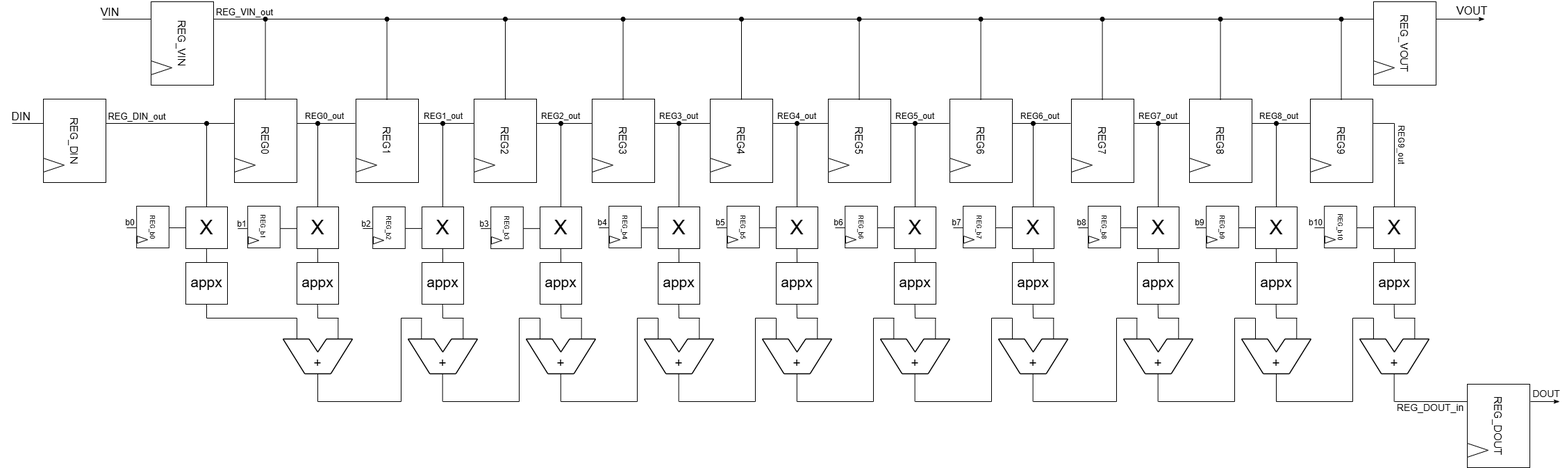
Earlier version of the draw.io export lab1/Immagini/2/FIR.drawio.png (Giangix02/labISA). Source tidied: cells renumbered, new cells last; positions are measured from the earlier drawing's top-left corner, leaving out a move shared by most shapes.
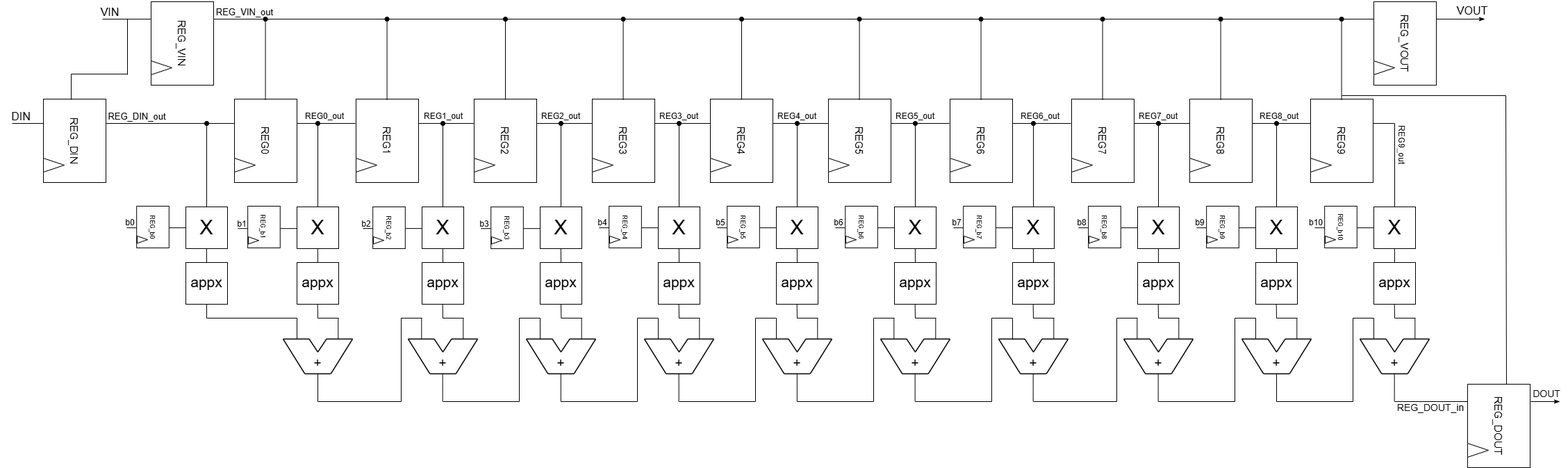
The same file after the commit.

Commit message:
immagini aggiornate

The edit, as a diff of the source:
```diff
@@ -1643,5 +1643,34 @@
     <mxCell id="332" value="REG_DOUT_in" style="text;html=1;whiteSpace=wrap;strokeColor=none;fillColor=none;align=center;verticalAlign=middle;rounded=0;fontSize=14;" parent="1" vertex="1">
       <mxGeometry x="2029" y="571" width="60" height="30" as="geometry" />
     </mxCell>
+    <mxCell id="333" style="endArrow=none;html=1;rounded=0;" parent="1" edge="1">
+      <mxGeometry relative="1" as="geometry">
+        <mxPoint x="183" y="107" as="sourcePoint" />
+        <mxPoint x="183" y="27" as="targetPoint" />
+      </mxGeometry>
+    </mxCell>
+    <mxCell id="334" style="endArrow=none;html=1;rounded=0;" parent="1" edge="1">
+      <mxGeometry relative="1" as="geometry">
+        <mxPoint x="102" y="106" as="sourcePoint" />
+        <mxPoint x="183" y="106" as="targetPoint" />
+      </mxGeometry>
+    </mxCell>
+    <mxCell id="335" style="endArrow=none;html=1;rounded=0;" parent="1" edge="1">
+      <mxGeometry relative="1" as="geometry">
+        <mxPoint x="102" y="106" as="sourcePoint" />
+        <mxPoint x="102" y="143" as="targetPoint" />
+      </mxGeometry>
+    </mxCell>
+    <mxCell id="336" style="endArrow=none;html=1;rounded=0;" parent="1" edge="1">
+      <mxGeometry relative="1" as="geometry">
+        <mxPoint x="1931" y="137" as="sourcePoint" />
+        <mxPoint x="2167" y="137" as="targetPoint" />
+      </mxGeometry>
+    </mxCell>
+    <mxCell id="337" style="endArrow=none;html=1;rounded=0;entryX=0.003;entryY=0.378;entryDx=0;entryDy=0;entryPerimeter=0;" parent="1" edge="1" target="288">
+      <mxGeometry relative="1" as="geometry">
+        <mxPoint x="2167" y="137" as="sourcePoint" />
+      </mxGeometry>
+    </mxCell>
   </root>
 </mxGraphModel>
```
